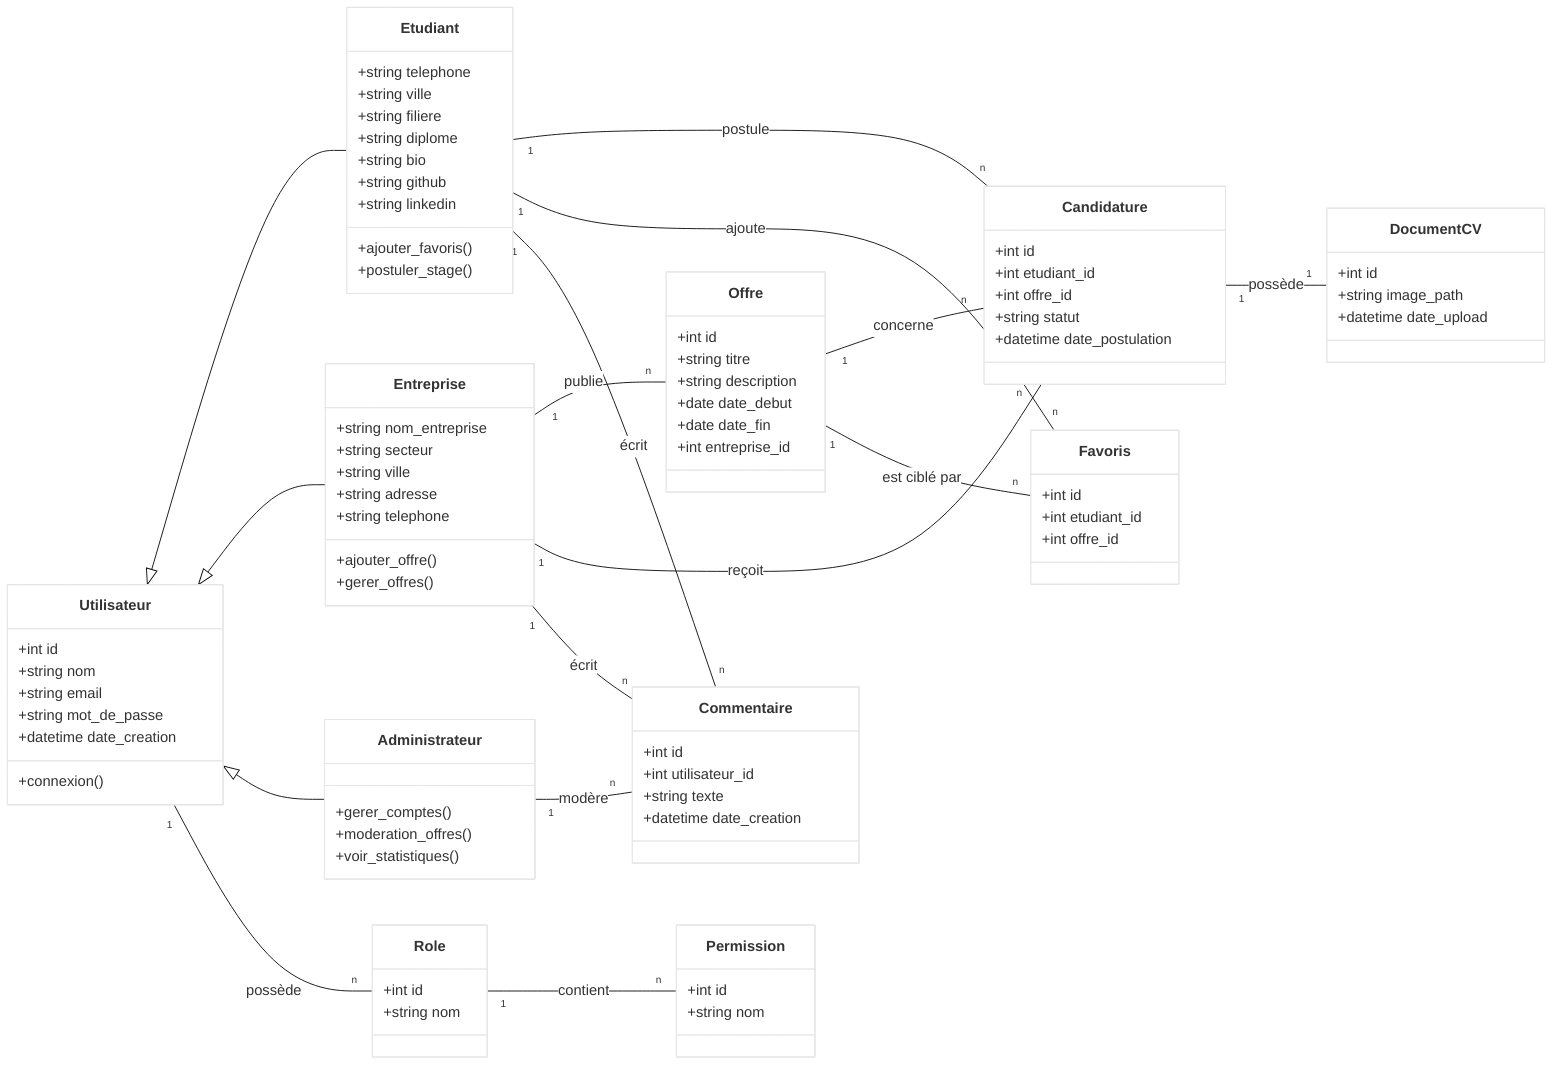
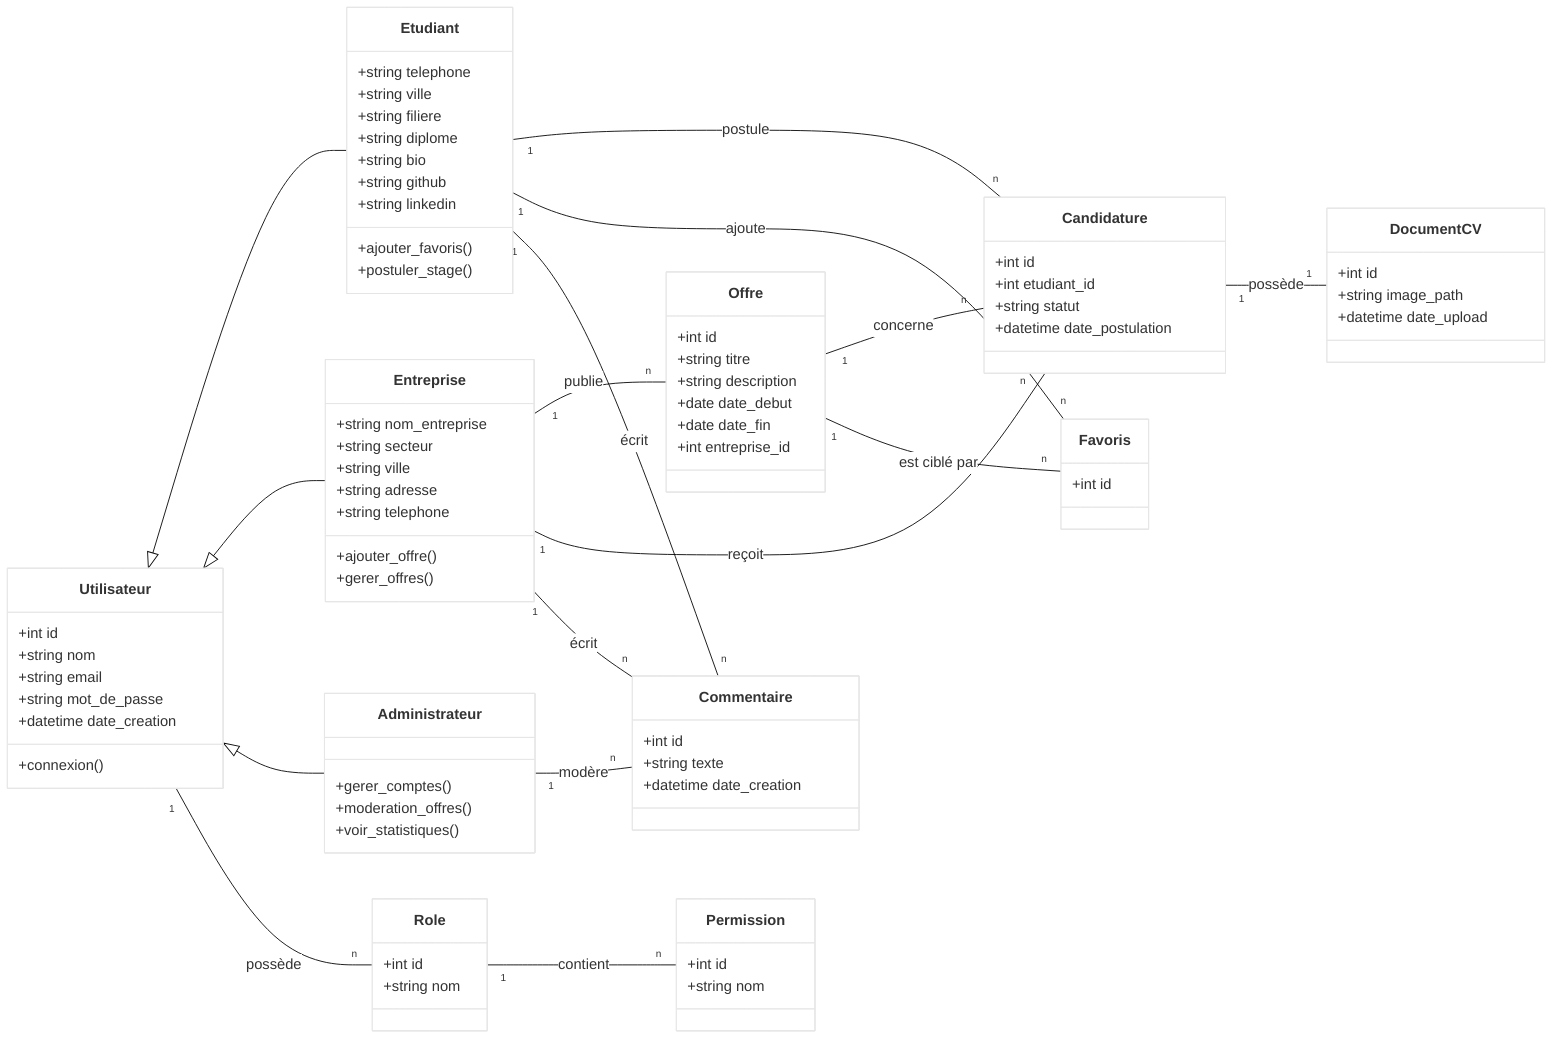
%%{init: {'theme': 'base', 'themeVariables': { 'primaryColor': '#ffffff', 'edgeLabelBackground':'#ffffff', 'tertiaryColor': '#ffffff'}}}%%
classDiagram
    direction LR

    %% ====================
    %% Classes de base (Utilisateurs)
    %% ====================
    class Utilisateur {
        +int id
        +string nom
        +string email
        +string mot_de_passe
        +datetime date_creation
        +connexion()
    }

    class Etudiant {
        +string telephone
        +string ville
        +string filiere
        +string diplome
        +string bio
        +string github
        +string linkedin
        +ajouter_favoris()
        +postuler_stage()
    }

    class Entreprise {
        +string nom_entreprise
        +string secteur
        +string ville
        +string adresse
        +string telephone
        +ajouter_offre()
        +gerer_offres()
    }

    class Administrateur {
        +gerer_comptes()
        +moderation_offres()
        +voir_statistiques()
    }

    %% ====================
    %% Entités Métier
    %% ====================
    class Offre {
        +int id
        +string titre
        +string description
        +date date_debut
        +date date_fin
        +int entreprise_id
    }

    class Candidature {
        +int id
        +int etudiant_id
-         +int offre_id
        +string statut
        +datetime date_postulation
    }

    class DocumentCV {
        +int id
        +string image_path
        +datetime date_upload
    }

    class Commentaire {
        +int id
-         +int utilisateur_id
        +string texte
        +datetime date_creation
    }

    class Favoris {
        +int id
-         +int etudiant_id
-         +int offre_id
    }

    class Role {
        +int id
        +string nom
    }

    class Permission {
        +int id
        +string nom
    }

    %% ====================
    %% Héritage (Direction maintenue pour la cohérence)
    %% ====================
    Utilisateur <|-- Etudiant
    Utilisateur <|-- Entreprise
    Utilisateur <|-- Administrateur

    %% ====================
    %% Relations & Cardinalités
    %% ====================

    Utilisateur "1" -- "n" Role : possède
    Role "1" -- "n" Permission : contient

    Etudiant "1" -- "n" Candidature : postule
    Etudiant "1" -- "n" Favoris : ajoute
    Etudiant "1" -- "n" Commentaire : écrit

    Entreprise "1" -- "n" Offre : publie
    Entreprise "1" -- "n" Candidature : reçoit
    Entreprise "1" -- "n" Commentaire : écrit

    Offre "1" -- "n" Candidature : concerne
    Offre "1" -- "n" Favoris : est ciblé par

    Administrateur "1" -- "n" Commentaire : modère

    Candidature "1" -- "1" DocumentCV : possède